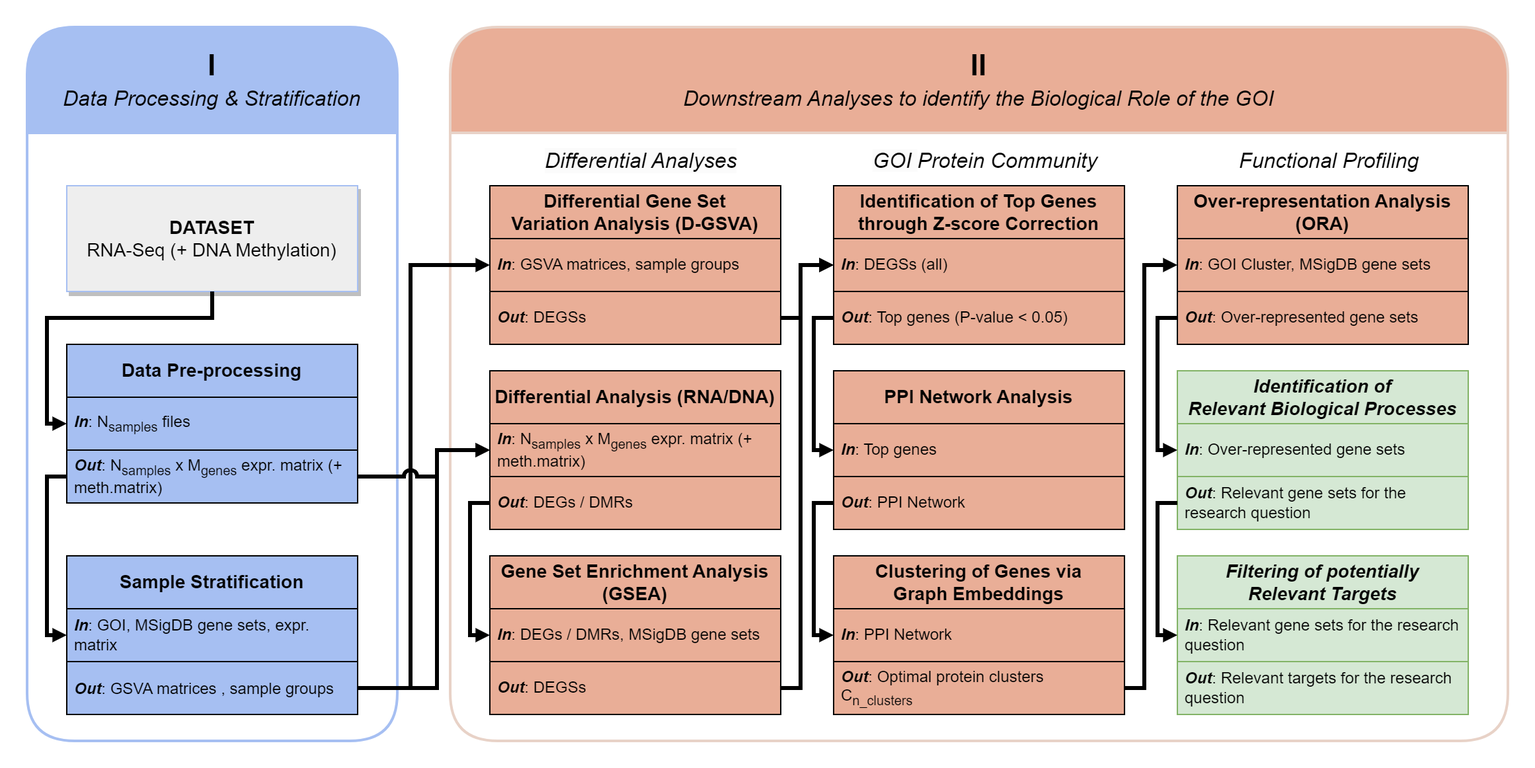
Before: docs/1_workflow.png, a diagram exported from draw.io (CarlosUziel/goi-strat). Source tidied: cells renumbered, new cells last; positions are measured from the earlier drawing's top-left corner, leaving out a move shared by most shapes.
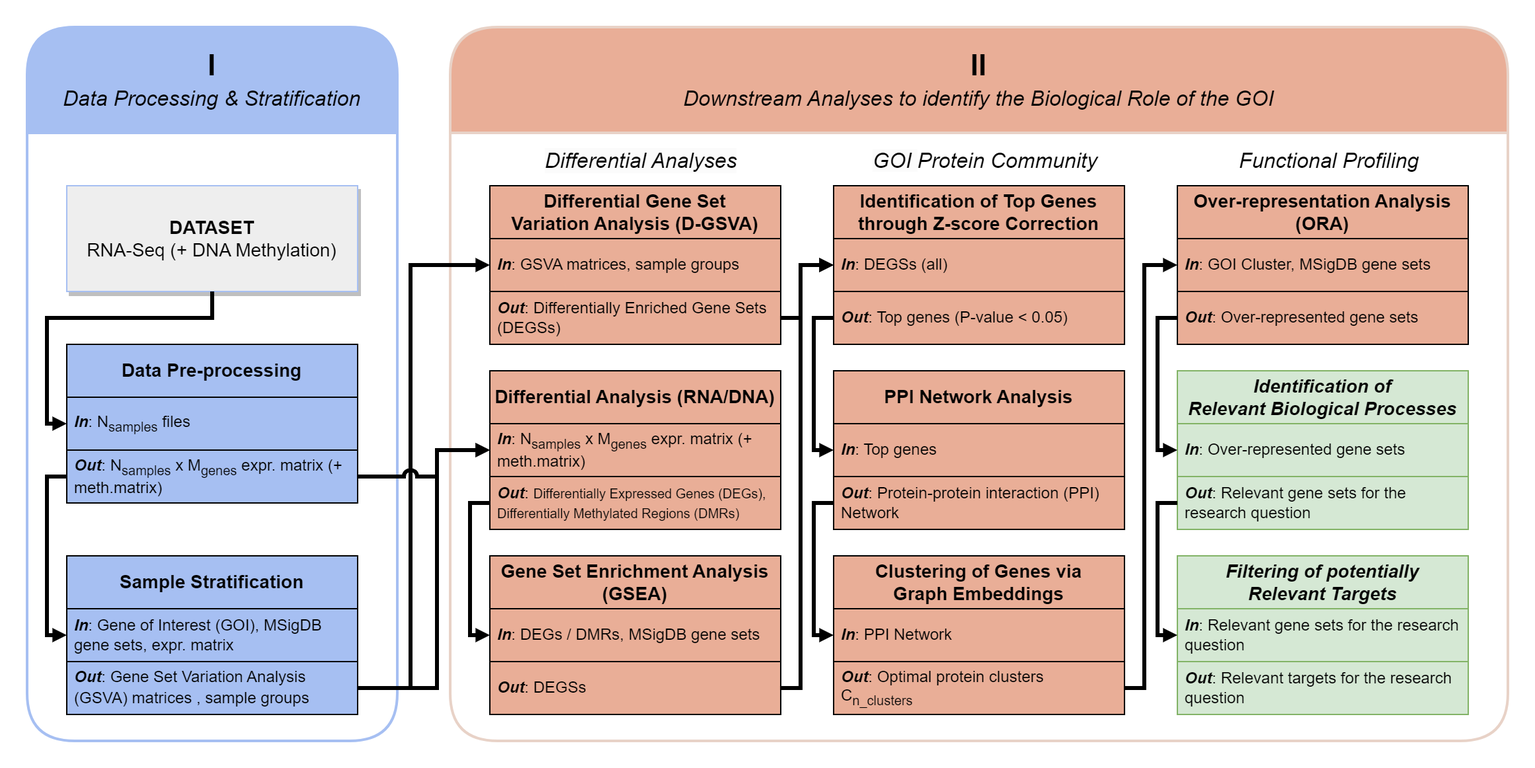
The same diagram one commit later.

Commit message:
Write out abbreviations in the workflow figure.

The edit, as a diff of the source:
```diff
@@ -24,10 +24,10 @@
     <mxCell id="7" value="&lt;div style=&quot;border-color: var(--border-color); font-size: 14px;&quot;&gt;&lt;div style=&quot;border-color: var(--border-color);&quot;&gt;&lt;b style=&quot;border-color: var(--border-color);&quot;&gt;Sample Stratification&lt;/b&gt;&lt;/div&gt;&lt;/div&gt;" style="swimlane;fontStyle=0;horizontal=1;startSize=40;whiteSpace=wrap;html=1;fontSize=12;strokeColor=#000000;fillColor=#a6bff2;" parent="4" vertex="1">
       <mxGeometry x="30" y="400" width="220" height="120" as="geometry" />
     </mxCell>
-    <mxCell id="8" value="&lt;div style=&quot;border-color: var(--border-color);&quot;&gt;&lt;font style=&quot;border-color: var(--border-color);&quot;&gt;&lt;i style=&quot;border-color: var(--border-color);&quot;&gt;&lt;b&gt;In&lt;/b&gt;&lt;/i&gt;: GOI, MSigDB gene sets,&amp;nbsp;&lt;span style=&quot;border-color: var(--border-color); background-color: initial;&quot;&gt;expr. matrix&lt;/span&gt;&lt;/font&gt;&lt;/div&gt;" style="text;strokeColor=default;fillColor=#A6BFF2;align=left;verticalAlign=middle;spacingLeft=4;spacingRight=4;overflow=hidden;points=[[0,0.5],[1,0.5]];portConstraint=eastwest;whiteSpace=wrap;html=1;fontSize=12;gradientColor=none;" parent="7" vertex="1">
+    <mxCell id="8" value="&lt;div style=&quot;border-color: var(--border-color);&quot;&gt;&lt;font style=&quot;border-color: var(--border-color);&quot;&gt;&lt;i style=&quot;border-color: var(--border-color);&quot;&gt;&lt;b&gt;In&lt;/b&gt;&lt;/i&gt;: Gene of Interest (GOI), MSigDB gene sets,&amp;nbsp;&lt;span style=&quot;border-color: var(--border-color); background-color: initial;&quot;&gt;expr. matrix&lt;/span&gt;&lt;/font&gt;&lt;/div&gt;" style="text;strokeColor=default;fillColor=#A6BFF2;align=left;verticalAlign=middle;spacingLeft=4;spacingRight=4;overflow=hidden;points=[[0,0.5],[1,0.5]];portConstraint=eastwest;whiteSpace=wrap;html=1;fontSize=12;gradientColor=none;" parent="7" vertex="1">
       <mxGeometry y="40" width="220" height="40" as="geometry" />
     </mxCell>
-    <mxCell id="9" value="&lt;font style=&quot;border-color: var(--border-color);&quot;&gt;&lt;i style=&quot;border-color: var(--border-color);&quot;&gt;&lt;b&gt;Out&lt;/b&gt;&lt;/i&gt;: GSVA matrices , sample groups&lt;/font&gt;&lt;span style=&quot;border-color: var(--border-color); font-size: 14px;&quot;&gt;&amp;nbsp;&lt;/span&gt;" style="text;strokeColor=default;fillColor=#a6bff2;align=left;verticalAlign=middle;spacingLeft=4;spacingRight=4;overflow=hidden;points=[[0,0.5],[1,0.5]];portConstraint=eastwest;whiteSpace=wrap;html=1;fontSize=12;" parent="7" vertex="1">
+    <mxCell id="9" value="&lt;font style=&quot;border-color: var(--border-color);&quot;&gt;&lt;i style=&quot;border-color: var(--border-color);&quot;&gt;&lt;b&gt;Out&lt;/b&gt;&lt;/i&gt;: Gene Set Variation Analysis (GSVA) matrices , sample groups&lt;/font&gt;&lt;span style=&quot;border-color: var(--border-color); font-size: 14px;&quot;&gt;&amp;nbsp;&lt;/span&gt;" style="text;strokeColor=default;fillColor=#a6bff2;align=left;verticalAlign=middle;spacingLeft=4;spacingRight=4;overflow=hidden;points=[[0,0.5],[1,0.5]];portConstraint=eastwest;whiteSpace=wrap;html=1;fontSize=12;" parent="7" vertex="1">
       <mxGeometry y="80" width="220" height="40" as="geometry" />
     </mxCell>
     <mxCell id="10" value="&lt;div style=&quot;border-color: var(--border-color); font-size: 14px;&quot;&gt;&lt;b style=&quot;border-color: var(--border-color);&quot;&gt;Data Pre-processing&lt;/b&gt;&lt;/div&gt;" style="swimlane;fontStyle=0;horizontal=1;startSize=40;whiteSpace=wrap;html=1;fontSize=12;strokeColor=#000000;fillColor=#a6bff2;" parent="4" vertex="1">
@@ -103,10 +103,10 @@
     <mxCell id="23" value="&lt;div style=&quot;border-color: var(--border-color); font-size: 14px;&quot;&gt;&lt;div style=&quot;border-color: var(--border-color);&quot;&gt;&lt;b style=&quot;border-color: var(--border-color);&quot;&gt;&lt;span style=&quot;border-color: var(--border-color);&quot;&gt;Differential Gene Set&lt;/span&gt;&lt;/b&gt;&lt;/div&gt;&lt;div style=&quot;border-color: var(--border-color);&quot;&gt;&lt;b style=&quot;border-color: var(--border-color);&quot;&gt;&lt;span style=&quot;border-color: var(--border-color); background-color: initial;&quot;&gt;Variation Analysis&amp;nbsp;&lt;/span&gt;&lt;span style=&quot;border-color: var(--border-color); background-color: initial;&quot;&gt;(D-GSVA)&lt;/span&gt;&lt;/b&gt;&lt;/div&gt;&lt;/div&gt;" style="swimlane;fontStyle=0;horizontal=1;startSize=40;whiteSpace=wrap;html=1;fontSize=12;strokeColor=#000000;fillColor=#E9AE97;" parent="15" vertex="1">
       <mxGeometry x="30" y="120" width="220" height="120" as="geometry" />
     </mxCell>
-    <mxCell id="24" value="&lt;i&gt;&lt;b&gt;In&lt;/b&gt;&lt;/i&gt;: GSVA matrices, sample groups" style="text;strokeColor=default;fillColor=#E9AE97;align=left;verticalAlign=middle;spacingLeft=4;spacingRight=4;overflow=hidden;points=[[0,0.5],[1,0.5]];portConstraint=eastwest;whiteSpace=wrap;html=1;fontSize=12;gradientColor=none;" parent="23" vertex="1">
+    <mxCell id="24" value="&lt;i&gt;&lt;b&gt;In&lt;/b&gt;&lt;/i&gt;: GSVA&amp;nbsp;matrices, sample groups" style="text;strokeColor=default;fillColor=#E9AE97;align=left;verticalAlign=middle;spacingLeft=4;spacingRight=4;overflow=hidden;points=[[0,0.5],[1,0.5]];portConstraint=eastwest;whiteSpace=wrap;html=1;fontSize=12;gradientColor=none;" parent="23" vertex="1">
       <mxGeometry y="40" width="220" height="40" as="geometry" />
     </mxCell>
-    <mxCell id="25" value="&lt;i style=&quot;border-color: var(--border-color);&quot;&gt;&lt;b&gt;Out&lt;/b&gt;&lt;/i&gt;: DEGSs" style="text;strokeColor=default;fillColor=#E9AE97;align=left;verticalAlign=middle;spacingLeft=4;spacingRight=4;overflow=hidden;points=[[0,0.5],[1,0.5]];portConstraint=eastwest;whiteSpace=wrap;html=1;fontSize=12;" parent="23" vertex="1">
+    <mxCell id="25" value="&lt;i style=&quot;border-color: var(--border-color);&quot;&gt;&lt;b&gt;Out&lt;/b&gt;&lt;/i&gt;: Differentially Enriched Gene Sets (DEGSs)" style="text;strokeColor=default;fillColor=#E9AE97;align=left;verticalAlign=middle;spacingLeft=4;spacingRight=4;overflow=hidden;points=[[0,0.5],[1,0.5]];portConstraint=eastwest;whiteSpace=wrap;html=1;fontSize=12;" parent="23" vertex="1">
       <mxGeometry y="80" width="220" height="40" as="geometry" />
     </mxCell>
     <mxCell id="26" value="&lt;div style=&quot;border-color: var(--border-color); font-size: 14px;&quot;&gt;&lt;div style=&quot;border-color: var(--border-color); font-size: 12px;&quot;&gt;&lt;div style=&quot;border-color: var(--border-color); font-size: 14px;&quot;&gt;&lt;b style=&quot;border-color: var(--border-color);&quot;&gt;Differential Analysis&amp;nbsp;&lt;span style=&quot;border-color: var(--border-color); background-color: initial;&quot;&gt;(RNA/DNA)&lt;/span&gt;&lt;/b&gt;&lt;/div&gt;&lt;/div&gt;&lt;/div&gt;" style="swimlane;fontStyle=0;horizontal=1;startSize=40;whiteSpace=wrap;html=1;fontSize=12;strokeColor=#000000;fillColor=#E9AE97;" parent="15" vertex="1">
@@ -115,7 +115,7 @@
     <mxCell id="27" value="&lt;i&gt;&lt;b&gt;In&lt;/b&gt;&lt;/i&gt;:&amp;nbsp;&lt;span style=&quot;border-color: var(--border-color); background-color: initial;&quot;&gt;N&lt;/span&gt;&lt;sub style=&quot;border-color: var(--border-color); background-color: initial;&quot;&gt;samples&lt;/sub&gt;&lt;span style=&quot;border-color: var(--border-color); background-color: initial;&quot;&gt;&amp;nbsp;x M&lt;/span&gt;&lt;sub style=&quot;border-color: var(--border-color); background-color: initial;&quot;&gt;genes&lt;/sub&gt;&lt;span style=&quot;border-color: var(--border-color); background-color: initial;&quot;&gt;&amp;nbsp;expr. matrix (+ meth.matrix)&lt;/span&gt;" style="text;strokeColor=default;fillColor=#E9AE97;align=left;verticalAlign=middle;spacingLeft=4;spacingRight=4;overflow=hidden;points=[[0,0.5],[1,0.5]];portConstraint=eastwest;whiteSpace=wrap;html=1;fontSize=12;gradientColor=none;" parent="26" vertex="1">
       <mxGeometry y="40" width="220" height="40" as="geometry" />
     </mxCell>
-    <mxCell id="28" value="&lt;i style=&quot;border-color: var(--border-color);&quot;&gt;&lt;b&gt;Out&lt;/b&gt;&lt;/i&gt;: DEGs / DMRs" style="text;strokeColor=default;fillColor=#E9AE97;align=left;verticalAlign=middle;spacingLeft=4;spacingRight=4;overflow=hidden;points=[[0,0.5],[1,0.5]];portConstraint=eastwest;whiteSpace=wrap;html=1;fontSize=12;" parent="26" vertex="1">
+    <mxCell id="28" value="&lt;i style=&quot;border-color: var(--border-color);&quot;&gt;&lt;b&gt;Out&lt;/b&gt;&lt;/i&gt;: &lt;font style=&quot;font-size: 10px;&quot;&gt;Differentially Expressed Genes (DEGs), Differentially Methylated Regions (DMRs)&lt;/font&gt;" style="text;strokeColor=default;fillColor=#E9AE97;align=left;verticalAlign=middle;spacingLeft=4;spacingRight=4;overflow=hidden;points=[[0,0.5],[1,0.5]];portConstraint=eastwest;whiteSpace=wrap;html=1;fontSize=12;" parent="26" vertex="1">
       <mxGeometry y="80" width="220" height="40" as="geometry" />
     </mxCell>
     <mxCell id="29" value="&lt;div style=&quot;border-color: var(--border-color); font-size: 14px;&quot;&gt;&lt;div style=&quot;border-color: var(--border-color); font-size: 12px;&quot;&gt;&lt;div style=&quot;border-color: var(--border-color); font-size: 14px;&quot;&gt;&lt;div style=&quot;border-color: var(--border-color);&quot;&gt;&lt;b style=&quot;border-color: var(--border-color);&quot;&gt;&lt;font style=&quot;border-color: var(--border-color);&quot;&gt;&lt;span style=&quot;border-color: var(--border-color);&quot;&gt;Gene Set&amp;nbsp;&lt;/span&gt;&lt;/font&gt;&lt;span style=&quot;border-color: var(--border-color); background-color: initial;&quot;&gt;Enrichment Analysis&lt;/span&gt;&lt;/b&gt;&lt;/div&gt;&lt;div style=&quot;border-color: var(--border-color);&quot;&gt;&lt;font style=&quot;border-color: var(--border-color);&quot;&gt;&lt;span style=&quot;border-color: var(--border-color);&quot;&gt;&lt;b style=&quot;border-color: var(--border-color);&quot;&gt;(GSEA)&lt;/b&gt;&lt;/span&gt;&lt;/font&gt;&lt;/div&gt;&lt;/div&gt;&lt;/div&gt;&lt;/div&gt;" style="swimlane;fontStyle=0;horizontal=1;startSize=40;whiteSpace=wrap;html=1;fontSize=12;strokeColor=#000000;fillColor=#E9AE97;" parent="15" vertex="1">
@@ -142,7 +142,7 @@
     <mxCell id="36" value="&lt;i&gt;&lt;b&gt;In&lt;/b&gt;&lt;/i&gt;: Top genes" style="text;strokeColor=default;fillColor=#E9AE97;align=left;verticalAlign=middle;spacingLeft=4;spacingRight=4;overflow=hidden;whiteSpace=wrap;html=1;fontSize=12;gradientColor=none;" parent="35" vertex="1">
       <mxGeometry y="40" width="220" height="40" as="geometry" />
     </mxCell>
-    <mxCell id="37" value="&lt;i style=&quot;border-color: var(--border-color);&quot;&gt;&lt;b&gt;Out&lt;/b&gt;&lt;/i&gt;: PPI Network" style="text;strokeColor=default;fillColor=#E9AE97;align=left;verticalAlign=middle;spacingLeft=4;spacingRight=4;overflow=hidden;points=[[0,0.5],[1,0.5]];portConstraint=eastwest;whiteSpace=wrap;html=1;fontSize=12;" parent="35" vertex="1">
+    <mxCell id="37" value="&lt;i style=&quot;border-color: var(--border-color);&quot;&gt;&lt;b&gt;Out&lt;/b&gt;&lt;/i&gt;: Protein-protein interaction (PPI) Network" style="text;strokeColor=default;fillColor=#E9AE97;align=left;verticalAlign=middle;spacingLeft=4;spacingRight=4;overflow=hidden;points=[[0,0.5],[1,0.5]];portConstraint=eastwest;whiteSpace=wrap;html=1;fontSize=12;" parent="35" vertex="1">
       <mxGeometry y="80" width="220" height="40" as="geometry" />
     </mxCell>
     <mxCell id="38" value="&lt;div style=&quot;border-color: var(--border-color); font-size: 14px;&quot;&gt;&lt;div style=&quot;border-color: var(--border-color); font-size: 12px;&quot;&gt;&lt;div style=&quot;border-color: var(--border-color); font-size: 14px;&quot;&gt;&lt;div style=&quot;border-color: var(--border-color);&quot;&gt;&lt;span style=&quot;border-color: var(--border-color);&quot;&gt;&lt;b&gt;&lt;div style=&quot;border-color: var(--border-color);&quot;&gt;&lt;span style=&quot;border-color: var(--border-color);&quot;&gt;Clustering of Genes via&lt;/span&gt;&lt;/div&gt;&lt;div style=&quot;border-color: var(--border-color);&quot;&gt;&lt;span style=&quot;border-color: var(--border-color);&quot;&gt;Graph Embeddings&lt;/span&gt;&lt;/div&gt;&lt;/b&gt;&lt;/span&gt;&lt;/div&gt;&lt;/div&gt;&lt;/div&gt;&lt;/div&gt;" style="swimlane;fontStyle=0;horizontal=1;startSize=40;whiteSpace=wrap;html=1;fontSize=12;strokeColor=#000000;fillColor=#E9AE97;" parent="15" vertex="1">
```
